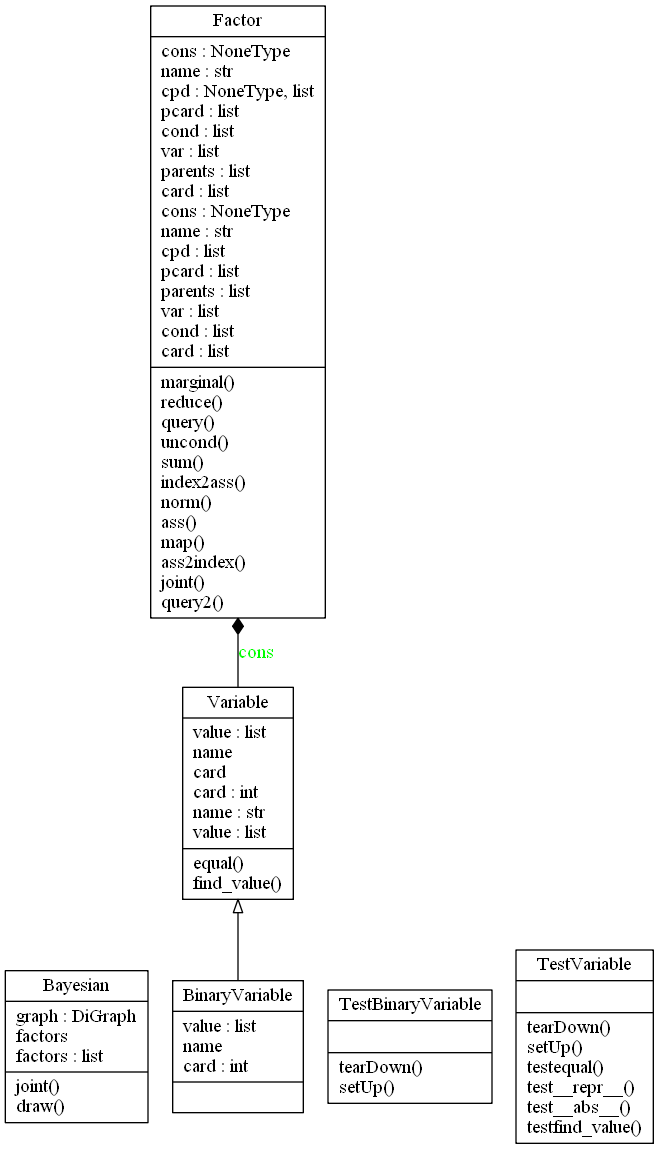
The Graphviz diagram classes_No_Name.png in koroteevmv/PyPGM, before a commit. Its source is kept beside it as classes_No_Name.dot. The source it was exported from:
```dot
digraph "classes_No_Name" {
charset="utf-8"
rankdir=BT
"0" [label="{Bayesian|graph : DiGraph\lfactors\lfactors : list\l|joint()\ldraw()\l}", shape="record"];
"1" [label="{BinaryVariable|value : list\lname\lcard : int\l|}", shape="record"];
"2" [label="{Factor|cons : NoneType\lname : str\lcpd : NoneType, list\lpcard : list\lcond : list\lvar : list\lparents : list\lcard : list\lcons : NoneType\lname : str\lcpd : list\lpcard : list\lparents : list\lvar : list\lcond : list\lcard : list\l|marginal()\lreduce()\lquery()\luncond()\lsum()\lindex2ass()\lnorm()\lass()\lmap()\lass2index()\ljoint()\lquery2()\l}", shape="record"];
"3" [label="{TestBinaryVariable|\l|tearDown()\lsetUp()\l}", shape="record"];
"4" [label="{TestVariable|\l|tearDown()\lsetUp()\ltestequal()\ltest__repr__()\ltest__abs__()\ltestfind_value()\l}", shape="record"];
"5" [label="{Variable|value : list\lname\lcard\lcard : int\lname : str\lvalue : list\l|equal()\lfind_value()\l}", shape="record"];
"1" -> "5" [arrowhead="empty", arrowtail="none"];
"5" -> "2" [arrowhead="diamond", arrowtail="none", fontcolor="green", label="cons", style="solid"];
}
```
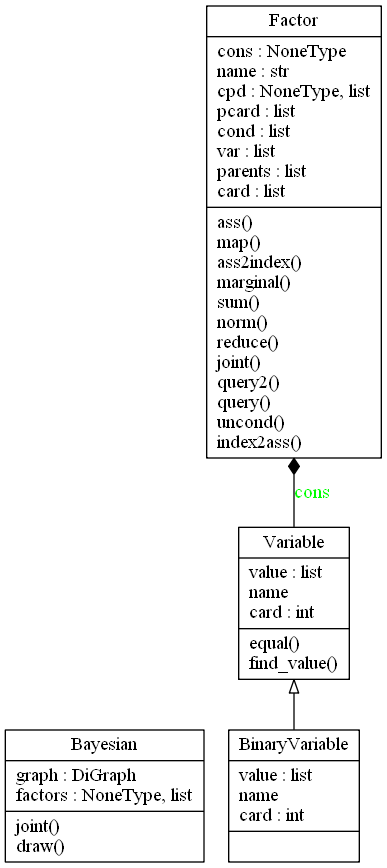
Above is the later version.

The edit, as a diff of the source:
```diff
@@ -1,12 +1,10 @@
 digraph "classes_No_Name" {
 charset="utf-8"
 rankdir=BT
-"0" [label="{Bayesian|graph : DiGraph\lfactors\lfactors : list\l|joint()\ldraw()\l}", shape="record"];
+"0" [label="{Bayesian|graph : DiGraph\lfactors : NoneType, list\l|joint()\ldraw()\l}", shape="record"];
 "1" [label="{BinaryVariable|value : list\lname\lcard : int\l|}", shape="record"];
-"2" [label="{Factor|cons : NoneType\lname : str\lcpd : NoneType, list\lpcard : list\lcond : list\lvar : list\lparents : list\lcard : list\lcons : NoneType\lname : str\lcpd : list\lpcard : list\lparents : list\lvar : list\lcond : list\lcard : list\l|marginal()\lreduce()\lquery()\luncond()\lsum()\lindex2ass()\lnorm()\lass()\lmap()\lass2index()\ljoint()\lquery2()\l}", shape="record"];
-"3" [label="{TestBinaryVariable|\l|tearDown()\lsetUp()\l}", shape="record"];
-"4" [label="{TestVariable|\l|tearDown()\lsetUp()\ltestequal()\ltest__repr__()\ltest__abs__()\ltestfind_value()\l}", shape="record"];
-"5" [label="{Variable|value : list\lname\lcard\lcard : int\lname : str\lvalue : list\l|equal()\lfind_value()\l}", shape="record"];
-"1" -> "5" [arrowhead="empty", arrowtail="none"];
-"5" -> "2" [arrowhead="diamond", arrowtail="none", fontcolor="green", label="cons", style="solid"];
+"2" [label="{Factor|cons : NoneType\lname : str\lcpd : NoneType, list\lpcard : list\lcond : list\lvar : list\lparents : list\lcard : list\l|ass()\lmap()\lass2index()\lmarginal()\lsum()\lnorm()\lreduce()\ljoint()\lquery2()\lquery()\luncond()\lindex2ass()\l}", shape="record"];
+"3" [label="{Variable|value : list\lname\lcard : int\l|equal()\lfind_value()\l}", shape="record"];
+"1" -> "3" [arrowhead="empty", arrowtail="none"];
+"3" -> "2" [arrowhead="diamond", arrowtail="none", fontcolor="green", label="cons", style="solid"];
 }
```
